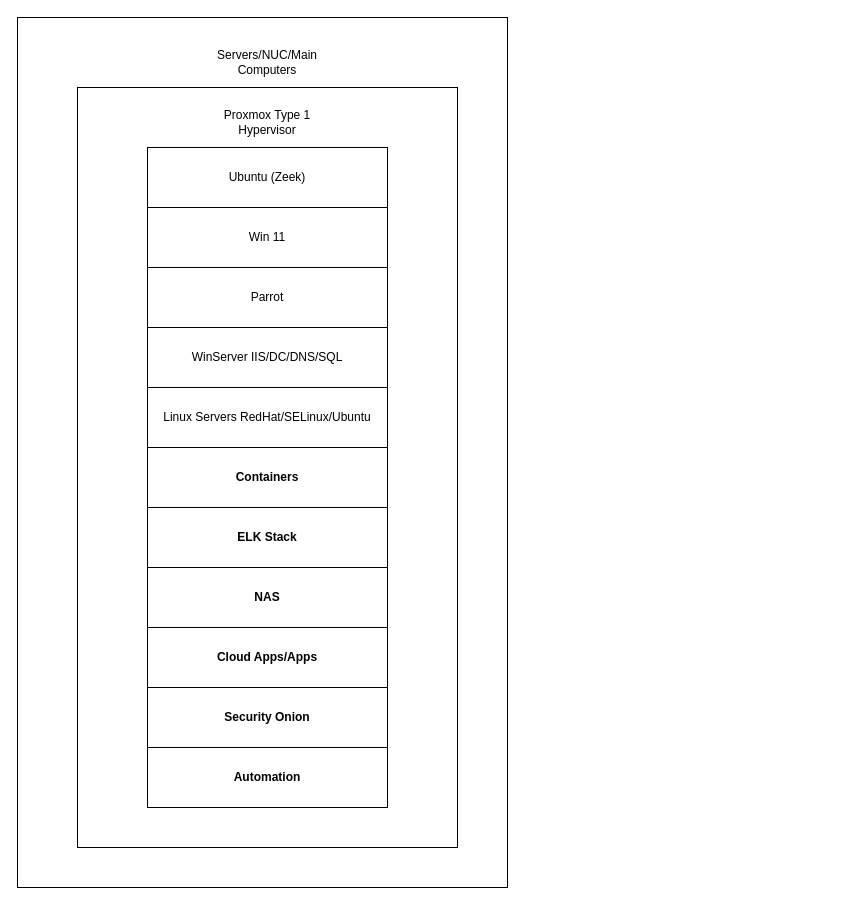
The draw.io diagram images/DetectionLab.drawio in Xp101T7/Xp101T7.github.io, before the edit. Source tidied: cells renumbered, new cells numbered last; positions are measured from the earlier drawing's top-left corner, leaving out a move shared by most shapes. Both pictures are drawn from the tidied source at 100%, with x=0, y=0 at pixel (17, 17).
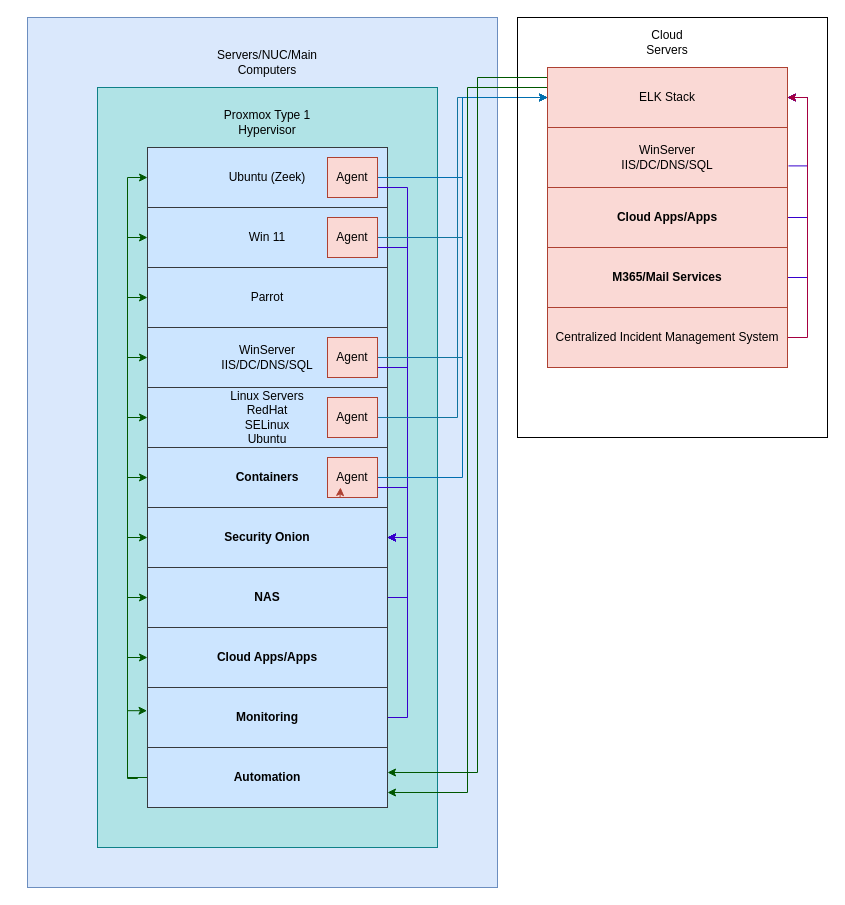
After the change.

What changed in the source:
```diff
@@
-    <mxCell id="2" style="whiteSpace=wrap;html=1;" parent="1" vertex="1">
-      <mxGeometry width="490" height="870" as="geometry" />
+    <mxCell id="2" style="whiteSpace=wrap;html=1;fillColor=#dae8fc;strokeColor=#6c8ebf;" parent="1" vertex="1">
+      <mxGeometry x="10" width="470" height="870" as="geometry" />
     </mxCell>
@@
-    <mxCell id="4" style="whiteSpace=wrap;html=1;" parent="1" vertex="1">
-      <mxGeometry x="60" y="70" width="380" height="760" as="geometry" />
+    <mxCell id="4" style="whiteSpace=wrap;html=1;fillColor=#b0e3e6;strokeColor=#0e8088;" parent="1" vertex="1">
+      <mxGeometry x="80" y="70" width="340" height="760" as="geometry" />
     </mxCell>
@@
-    <mxCell id="6" value="Ubuntu (Zeek)" style="rounded=0;whiteSpace=wrap;html=1;" parent="1" vertex="1">
+    <mxCell id="6" value="Ubuntu (Zeek)" style="rounded=0;whiteSpace=wrap;html=1;fillColor=#cce5ff;strokeColor=#36393d;" parent="1" vertex="1">
       <mxGeometry x="130" y="130" width="240" height="60" as="geometry" />
     </mxCell>
-    <mxCell id="7" value="Win 11" style="rounded=0;whiteSpace=wrap;html=1;" parent="1" vertex="1">
+    <mxCell id="7" value="Win 11" style="rounded=0;whiteSpace=wrap;html=1;fillColor=#cce5ff;strokeColor=#36393d;" parent="1" vertex="1">
       <mxGeometry x="130" y="190" width="240" height="60" as="geometry" />
     </mxCell>
-    <mxCell id="8" value="Parrot" style="rounded=0;whiteSpace=wrap;html=1;" parent="1" vertex="1">
+    <mxCell id="8" value="Parrot" style="rounded=0;whiteSpace=wrap;html=1;fillColor=#cce5ff;strokeColor=#36393d;" parent="1" vertex="1">
       <mxGeometry x="130" y="250" width="240" height="60" as="geometry" />
     </mxCell>
-    <mxCell id="9" value="WinServer IIS/DC/DNS/SQL" style="rounded=0;whiteSpace=wrap;html=1;" parent="1" vertex="1">
+    <mxCell id="9" value="WinServer &lt;br&gt;IIS/DC/DNS/SQL" style="rounded=0;whiteSpace=wrap;html=1;fillColor=#cce5ff;strokeColor=#36393d;" parent="1" vertex="1">
       <mxGeometry x="130" y="310" width="240" height="60" as="geometry" />
     </mxCell>
-    <mxCell id="10" value="Linux Servers RedHat/SELinux/Ubuntu" style="rounded=0;whiteSpace=wrap;html=1;" parent="1" vertex="1">
+    <mxCell id="10" value="Linux Servers&lt;br&gt;RedHat&lt;br&gt;SELinux&lt;br&gt;Ubuntu" style="rounded=0;whiteSpace=wrap;html=1;fillColor=#cce5ff;strokeColor=#36393d;" parent="1" vertex="1">
       <mxGeometry x="130" y="370" width="240" height="60" as="geometry" />
     </mxCell>
-    <mxCell id="11" value="Containers" style="rounded=0;whiteSpace=wrap;html=1;fontStyle=1;" parent="1" vertex="1">
+    <mxCell id="11" value="Containers" style="rounded=0;whiteSpace=wrap;html=1;fontStyle=1;fillColor=#cce5ff;strokeColor=#36393d;" parent="1" vertex="1">
       <mxGeometry x="130" y="430" width="240" height="60" as="geometry" />
     </mxCell>
-    <mxCell id="12" value="ELK Stack" style="rounded=0;whiteSpace=wrap;html=1;fontStyle=1;" parent="1" vertex="1">
+    <mxCell id="12" value="Security Onion" style="rounded=0;whiteSpace=wrap;html=1;fontStyle=1;fillColor=#cce5ff;strokeColor=#36393d;" parent="1" vertex="1">
       <mxGeometry x="130" y="490" width="240" height="60" as="geometry" />
     </mxCell>
+    <mxCell id="17" style="edgeStyle=orthogonalEdgeStyle;rounded=0;jettySize=auto;html=1;entryX=1;entryY=0.5;entryDx=0;entryDy=0;exitX=1;exitY=0.5;exitDx=0;exitDy=0;fillColor=#6a00ff;strokeColor=#3700CC;" parent="1" edge="1" source="13" target="12">
+      <mxGeometry relative="1" as="geometry" />
+    </mxCell>
-    <mxCell id="13" value="NAS" style="rounded=0;whiteSpace=wrap;html=1;fontStyle=1;" parent="1" vertex="1">
+    <mxCell id="13" value="NAS" style="rounded=0;whiteSpace=wrap;html=1;fontStyle=1;fillColor=#cce5ff;strokeColor=#36393d;" parent="1" vertex="1">
       <mxGeometry x="130" y="550" width="240" height="60" as="geometry" />
     </mxCell>
-    <mxCell id="14" value="Cloud Apps/Apps" style="rounded=0;whiteSpace=wrap;html=1;fontStyle=1;" parent="1" vertex="1">
+    <mxCell id="14" value="Cloud Apps/Apps" style="rounded=0;whiteSpace=wrap;html=1;fontStyle=1;fillColor=#cce5ff;strokeColor=#36393d;" parent="1" vertex="1">
       <mxGeometry x="130" y="610" width="240" height="60" as="geometry" />
     </mxCell>
+    <mxCell id="18" style="edgeStyle=orthogonalEdgeStyle;rounded=0;jettySize=auto;html=1;entryX=1;entryY=0.5;entryDx=0;entryDy=0;exitX=1;exitY=0.5;exitDx=0;exitDy=0;fillColor=#6a00ff;strokeColor=#3700CC;" parent="1" edge="1" source="15" target="12">
+      <mxGeometry relative="1" as="geometry" />
+    </mxCell>
-    <mxCell id="15" value="Security Onion" style="rounded=0;whiteSpace=wrap;html=1;fontStyle=1;" parent="1" vertex="1">
+    <mxCell id="15" value="Monitoring" style="rounded=0;whiteSpace=wrap;html=1;fontStyle=1;fillColor=#cce5ff;strokeColor=#36393d;" parent="1" vertex="1">
       <mxGeometry x="130" y="670" width="240" height="60" as="geometry" />
     </mxCell>
+    <mxCell id="19" style="edgeStyle=orthogonalEdgeStyle;rounded=0;jettySize=auto;html=1;entryX=-0.002;entryY=0.387;entryDx=0;entryDy=0;entryPerimeter=0;exitX=0;exitY=0.5;exitDx=0;exitDy=0;fillColor=#008a00;strokeColor=#005700;" parent="1" edge="1" source="16" target="15">
+      <mxGeometry relative="1" as="geometry" />
+    </mxCell>
+    <mxCell id="20" style="edgeStyle=orthogonalEdgeStyle;rounded=0;jettySize=auto;html=1;entryX=0;entryY=0.5;entryDx=0;entryDy=0;exitX=0;exitY=0.5;exitDx=0;exitDy=0;fillColor=#008a00;strokeColor=#005700;" parent="1" edge="1" source="16" target="14">
+      <mxGeometry relative="1" as="geometry" />
+    </mxCell>
+    <mxCell id="21" style="edgeStyle=orthogonalEdgeStyle;rounded=0;jettySize=auto;html=1;entryX=0;entryY=0.5;entryDx=0;entryDy=0;exitX=0;exitY=0.5;exitDx=0;exitDy=0;fillColor=#008a00;strokeColor=#005700;" parent="1" edge="1" source="16" target="13">
+      <mxGeometry relative="1" as="geometry" />
+    </mxCell>
+    <mxCell id="22" style="edgeStyle=orthogonalEdgeStyle;rounded=0;jettySize=auto;html=1;entryX=0;entryY=0.5;entryDx=0;entryDy=0;exitX=0;exitY=0.5;exitDx=0;exitDy=0;fillColor=#008a00;strokeColor=#005700;" parent="1" edge="1" source="16" target="12">
+      <mxGeometry relative="1" as="geometry" />
+    </mxCell>
+    <mxCell id="23" style="edgeStyle=orthogonalEdgeStyle;rounded=0;jettySize=auto;html=1;entryX=0;entryY=0.5;entryDx=0;entryDy=0;exitX=0;exitY=0.5;exitDx=0;exitDy=0;fillColor=#008a00;strokeColor=#005700;" parent="1" edge="1" source="16" target="11">
+      <mxGeometry relative="1" as="geometry" />
+    </mxCell>
+    <mxCell id="24" style="edgeStyle=orthogonalEdgeStyle;rounded=0;jettySize=auto;html=1;entryX=0;entryY=0.5;entryDx=0;entryDy=0;exitX=0;exitY=0.5;exitDx=0;exitDy=0;fillColor=#008a00;strokeColor=#005700;" parent="1" edge="1" source="16" target="10">
+      <mxGeometry relative="1" as="geometry" />
+    </mxCell>
+    <mxCell id="25" style="edgeStyle=orthogonalEdgeStyle;rounded=0;jettySize=auto;html=1;entryX=0;entryY=0.5;entryDx=0;entryDy=0;exitX=0;exitY=0.5;exitDx=0;exitDy=0;fillColor=#008a00;strokeColor=#005700;" parent="1" edge="1" source="16" target="9">
+      <mxGeometry relative="1" as="geometry" />
+    </mxCell>
+    <mxCell id="26" style="edgeStyle=orthogonalEdgeStyle;rounded=0;jettySize=auto;html=1;entryX=0;entryY=0.5;entryDx=0;entryDy=0;fillColor=#008a00;strokeColor=#005700;" parent="1" edge="1" target="8">
+      <mxGeometry relative="1" as="geometry">
+        <mxPoint x="120" y="760" as="sourcePoint" />
+        <Array as="points">
+          <mxPoint x="110" y="760" />
+          <mxPoint x="110" y="280" />
+        </Array>
+      </mxGeometry>
+    </mxCell>
+    <mxCell id="27" style="edgeStyle=orthogonalEdgeStyle;rounded=0;jettySize=auto;html=1;entryX=0;entryY=0.5;entryDx=0;entryDy=0;fillColor=#008a00;strokeColor=#005700;" parent="1" edge="1" target="7">
+      <mxGeometry relative="1" as="geometry">
+        <mxPoint x="120" y="760" as="sourcePoint" />
+        <Array as="points">
+          <mxPoint x="120" y="761" />
+          <mxPoint x="110" y="761" />
+          <mxPoint x="110" y="220" />
+        </Array>
+      </mxGeometry>
+    </mxCell>
+    <mxCell id="28" style="edgeStyle=orthogonalEdgeStyle;rounded=0;orthogonalLoop=1;jettySize=auto;html=1;fillColor=#008a00;strokeColor=#005700;" parent="1" edge="1">
+      <mxGeometry relative="1" as="geometry">
+        <mxPoint x="110" y="760" as="sourcePoint" />
+        <mxPoint x="130" y="160" as="targetPoint" />
+        <Array as="points">
+          <mxPoint x="110" y="160" />
+          <mxPoint x="130" y="160" />
+        </Array>
+      </mxGeometry>
+    </mxCell>
-    <mxCell id="16" value="Automation" style="rounded=0;whiteSpace=wrap;html=1;fontStyle=1;" parent="1" vertex="1">
+    <mxCell id="16" value="Automation" style="rounded=0;whiteSpace=wrap;html=1;fontStyle=1;fillColor=#cce5ff;strokeColor=#36393d;" parent="1" vertex="1">
       <mxGeometry x="130" y="730" width="240" height="60" as="geometry" />
     </mxCell>
+    <mxCell id="29" style="edgeStyle=orthogonalEdgeStyle;rounded=0;jettySize=auto;html=1;entryX=1;entryY=0.5;entryDx=0;entryDy=0;fillColor=#6a00ff;strokeColor=#3700CC;" parent="1" edge="1" source="31" target="12">
+      <mxGeometry relative="1" as="geometry">
+        <Array as="points">
+          <mxPoint x="390" y="170" />
+          <mxPoint x="390" y="520" />
+        </Array>
+      </mxGeometry>
+    </mxCell>
+    <mxCell id="30" style="edgeStyle=orthogonalEdgeStyle;rounded=0;jettySize=auto;html=1;entryX=0;entryY=0.5;entryDx=0;entryDy=0;fillColor=#1ba1e2;strokeColor=#006EAF;" parent="1" edge="1" source="31" target="48">
+      <mxGeometry relative="1" as="geometry" />
+    </mxCell>
+    <mxCell id="31" value="Agent" style="whiteSpace=wrap;html=1;fillColor=#fad9d5;strokeColor=#ae4132;" parent="1" vertex="1">
+      <mxGeometry x="310" y="140" width="50" height="40" as="geometry" />
+    </mxCell>
+    <mxCell id="32" style="edgeStyle=orthogonalEdgeStyle;rounded=0;jettySize=auto;html=1;entryX=1;entryY=0.5;entryDx=0;entryDy=0;fillColor=#6a00ff;strokeColor=#3700CC;" parent="1" edge="1" source="34" target="12">
+      <mxGeometry relative="1" as="geometry">
+        <Array as="points">
+          <mxPoint x="390" y="230" />
+          <mxPoint x="390" y="520" />
+        </Array>
+      </mxGeometry>
+    </mxCell>
+    <mxCell id="33" style="edgeStyle=orthogonalEdgeStyle;rounded=0;jettySize=auto;html=1;entryX=0;entryY=0.5;entryDx=0;entryDy=0;fillColor=#b1ddf0;strokeColor=#10739e;" parent="1" edge="1" source="34" target="48">
+      <mxGeometry relative="1" as="geometry" />
+    </mxCell>
+    <mxCell id="34" value="Agent" style="whiteSpace=wrap;html=1;fillColor=#fad9d5;strokeColor=#ae4132;" parent="1" vertex="1">
+      <mxGeometry x="310" y="200" width="50" height="40" as="geometry" />
+    </mxCell>
+    <mxCell id="35" style="edgeStyle=orthogonalEdgeStyle;rounded=0;jettySize=auto;html=1;entryX=1;entryY=0.5;entryDx=0;entryDy=0;fillColor=#6a00ff;strokeColor=#3700CC;" parent="1" edge="1" source="37" target="12">
+      <mxGeometry relative="1" as="geometry">
+        <Array as="points">
+          <mxPoint x="390" y="350" />
+          <mxPoint x="390" y="520" />
+        </Array>
+      </mxGeometry>
+    </mxCell>
+    <mxCell id="36" style="edgeStyle=orthogonalEdgeStyle;rounded=0;jettySize=auto;html=1;entryX=0;entryY=0.5;entryDx=0;entryDy=0;fillColor=#b1ddf0;strokeColor=#10739e;" parent="1" edge="1" source="37" target="48">
+      <mxGeometry relative="1" as="geometry" />
+    </mxCell>
+    <mxCell id="37" value="Agent" style="whiteSpace=wrap;html=1;fillColor=#fad9d5;strokeColor=#ae4132;" parent="1" vertex="1">
+      <mxGeometry x="310" y="320" width="50" height="40" as="geometry" />
+    </mxCell>
+    <mxCell id="38" style="edgeStyle=orthogonalEdgeStyle;rounded=0;jettySize=auto;html=1;entryX=1;entryY=0.5;entryDx=0;entryDy=0;fillColor=#6a00ff;strokeColor=#3700CC;" parent="1" edge="1" source="40" target="12">
+      <mxGeometry relative="1" as="geometry">
+        <Array as="points">
+          <mxPoint x="390" y="400" />
+          <mxPoint x="390" y="520" />
+        </Array>
+      </mxGeometry>
+    </mxCell>
+    <mxCell id="39" style="edgeStyle=orthogonalEdgeStyle;rounded=0;jettySize=auto;html=1;entryX=0;entryY=0.5;entryDx=0;entryDy=0;fillColor=#b1ddf0;strokeColor=#10739e;" parent="1" edge="1" source="40" target="48">
+      <mxGeometry relative="1" as="geometry">
+        <Array as="points">
+          <mxPoint x="440" y="400" />
+          <mxPoint x="440" y="80" />
+        </Array>
+      </mxGeometry>
+    </mxCell>
+    <mxCell id="40" value="Agent" style="whiteSpace=wrap;html=1;fillColor=#fad9d5;strokeColor=#ae4132;" parent="1" vertex="1">
+      <mxGeometry x="310" y="380" width="50" height="40" as="geometry" />
+    </mxCell>
+    <mxCell id="41" style="edgeStyle=orthogonalEdgeStyle;rounded=0;jettySize=auto;html=1;entryX=1;entryY=0.5;entryDx=0;entryDy=0;fillColor=#6a00ff;strokeColor=#3700CC;" parent="1" edge="1" source="43" target="12">
+      <mxGeometry relative="1" as="geometry">
+        <Array as="points">
+          <mxPoint x="390" y="470" />
+          <mxPoint x="390" y="520" />
+        </Array>
+      </mxGeometry>
+    </mxCell>
+    <mxCell id="42" style="edgeStyle=orthogonalEdgeStyle;rounded=0;jettySize=auto;html=1;entryX=0;entryY=0.5;entryDx=0;entryDy=0;fillColor=#1ba1e2;strokeColor=#006EAF;" parent="1" edge="1" source="43" target="48">
+      <mxGeometry relative="1" as="geometry" />
+    </mxCell>
+    <mxCell id="43" value="Agent" style="whiteSpace=wrap;html=1;fillColor=#fad9d5;strokeColor=#ae4132;" parent="1" vertex="1">
+      <mxGeometry x="310" y="440" width="50" height="40" as="geometry" />
+    </mxCell>
+    <mxCell id="44" style="whiteSpace=wrap;html=1;fillColor=none;" parent="1" vertex="1">
+      <mxGeometry x="500" width="310" height="420" as="geometry" />
+    </mxCell>
+    <mxCell id="45" value="Cloud Servers" style="text;html=1;strokeColor=none;fillColor=none;align=center;verticalAlign=middle;whiteSpace=wrap;rounded=0;" parent="1" vertex="1">
+      <mxGeometry x="620" y="10" width="60" height="30" as="geometry" />
+    </mxCell>
+    <mxCell id="46" style="edgeStyle=orthogonalEdgeStyle;rounded=0;orthogonalLoop=1;jettySize=auto;html=1;entryX=1;entryY=0.75;entryDx=0;entryDy=0;fillColor=#008a00;strokeColor=#005700;" parent="1" edge="1">
+      <mxGeometry relative="1" as="geometry">
+        <mxPoint x="530" y="60" as="sourcePoint" />
+        <mxPoint x="370" y="755" as="targetPoint" />
+        <Array as="points">
+          <mxPoint x="460" y="60" />
+          <mxPoint x="460" y="755" />
+        </Array>
+      </mxGeometry>
+    </mxCell>
+    <mxCell id="47" style="edgeStyle=orthogonalEdgeStyle;rounded=0;jettySize=auto;html=1;entryX=1;entryY=0.75;entryDx=0;entryDy=0;fillColor=#008a00;strokeColor=#005700;" parent="1" edge="1" source="48" target="16">
+      <mxGeometry relative="1" as="geometry">
+        <Array as="points">
+          <mxPoint x="450" y="70" />
+          <mxPoint x="450" y="775" />
+        </Array>
+      </mxGeometry>
+    </mxCell>
+    <mxCell id="48" value="ELK Stack" style="rounded=0;whiteSpace=wrap;html=1;fillColor=#fad9d5;strokeColor=#ae4132;" parent="1" vertex="1">
+      <mxGeometry x="530" y="50" width="240" height="60" as="geometry" />
+    </mxCell>
+    <mxCell id="49" style="edgeStyle=orthogonalEdgeStyle;rounded=0;orthogonalLoop=1;jettySize=auto;html=1;exitX=0.25;exitY=1;exitDx=0;exitDy=0;entryX=0.26;entryY=0.75;entryDx=0;entryDy=0;entryPerimeter=0;fillColor=#fad9d5;strokeColor=#ae4132;" parent="1" edge="1" source="43" target="43">
+      <mxGeometry relative="1" as="geometry" />
+    </mxCell>
+    <mxCell id="50" style="edgeStyle=orthogonalEdgeStyle;rounded=0;jettySize=auto;html=1;entryX=1;entryY=0.5;entryDx=0;entryDy=0;exitX=1.004;exitY=0.64;exitDx=0;exitDy=0;exitPerimeter=0;fillColor=#6a00ff;strokeColor=#3700CC;" parent="1" edge="1" source="51" target="48">
+      <mxGeometry relative="1" as="geometry" />
+    </mxCell>
+    <mxCell id="51" value="WinServer &lt;br&gt;IIS/DC/DNS/SQL" style="rounded=0;whiteSpace=wrap;html=1;fillColor=#fad9d5;strokeColor=#ae4132;" parent="1" vertex="1">
+      <mxGeometry x="530" y="110" width="240" height="60" as="geometry" />
+    </mxCell>
+    <mxCell id="52" style="edgeStyle=orthogonalEdgeStyle;rounded=0;jettySize=auto;html=1;entryX=1;entryY=0.5;entryDx=0;entryDy=0;exitX=1;exitY=0.5;exitDx=0;exitDy=0;fillColor=#6a00ff;strokeColor=#3700CC;" parent="1" edge="1" source="53" target="48">
+      <mxGeometry relative="1" as="geometry" />
+    </mxCell>
+    <mxCell id="53" value="Cloud Apps/Apps" style="rounded=0;whiteSpace=wrap;html=1;fontStyle=1;fillColor=#fad9d5;strokeColor=#ae4132;" parent="1" vertex="1">
+      <mxGeometry x="530" y="170" width="240" height="60" as="geometry" />
+    </mxCell>
+    <mxCell id="54" style="edgeStyle=orthogonalEdgeStyle;rounded=0;jettySize=auto;html=1;entryX=1;entryY=0.5;entryDx=0;entryDy=0;exitX=1;exitY=0.5;exitDx=0;exitDy=0;fillColor=#6a00ff;strokeColor=#3700CC;" parent="1" edge="1" source="55" target="48">
+      <mxGeometry relative="1" as="geometry" />
+    </mxCell>
+    <mxCell id="55" value="M365/Mail Services" style="rounded=0;whiteSpace=wrap;html=1;fontStyle=1;fillColor=#fad9d5;strokeColor=#ae4132;" parent="1" vertex="1">
+      <mxGeometry x="530" y="230" width="240" height="60" as="geometry" />
+    </mxCell>
+    <mxCell id="56" style="edgeStyle=orthogonalEdgeStyle;rounded=0;jettySize=auto;html=1;entryX=1;entryY=0.5;entryDx=0;entryDy=0;exitX=1;exitY=0.5;exitDx=0;exitDy=0;fillColor=#d80073;strokeColor=#A50040;" parent="1" edge="1" source="57" target="48">
+      <mxGeometry relative="1" as="geometry" />
+    </mxCell>
+    <mxCell id="57" value="Centralized Incident Management System" style="rounded=0;whiteSpace=wrap;html=1;fillColor=#fad9d5;strokeColor=#ae4132;" parent="1" vertex="1">
+      <mxGeometry x="530" y="290" width="240" height="60" as="geometry" />
+    </mxCell>
```
